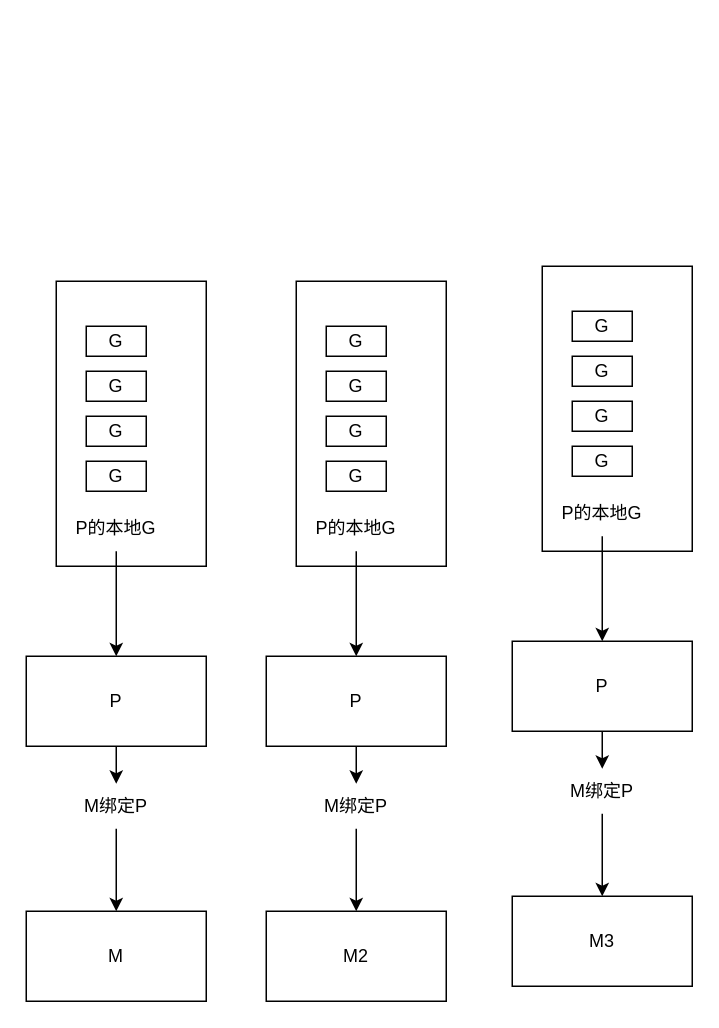
Yao-Xiao-Chun/shop-demo keeps this draw.io diagram as docs/未命名绘图.drawio. Above is the earlier version. Source tidied: cells renumbered, new cells numbered last; positions are measured from the earlier drawing's top-left corner, leaving out a move shared by most shapes. Both pictures are drawn from the tidied source at 150%, with x=0, y=0 at pixel (26, 266).
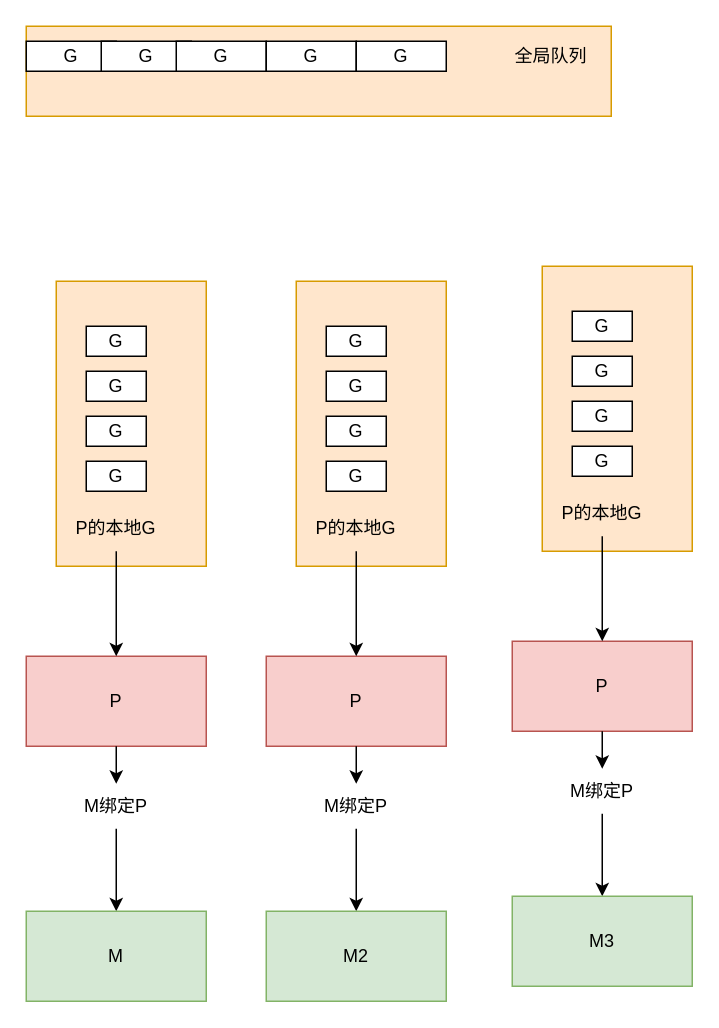
After the change.

The edit, as a diff of the source:
```diff
@@
-    <mxCell id="3" value="P" style="rounded=0;whiteSpace=wrap;html=1;" parent="1" vertex="1">
+    <mxCell id="3" value="P" style="rounded=0;whiteSpace=wrap;html=1;fillColor=#f8cecc;strokeColor=#b85450;" parent="1" vertex="1">
       <mxGeometry x="160" y="260" width="120" height="60" as="geometry" />
     </mxCell>
-    <mxCell id="4" value="M2" style="rounded=0;whiteSpace=wrap;html=1;" parent="1" vertex="1">
+    <mxCell id="4" value="M2" style="rounded=0;whiteSpace=wrap;html=1;fillColor=#d5e8d4;strokeColor=#82b366;" parent="1" vertex="1">
       <mxGeometry x="160" y="430" width="120" height="60" as="geometry" />
     </mxCell>
@@
-    <mxCell id="7" style="rounded=0;whiteSpace=wrap;html=1;direction=south;" parent="1" vertex="1">
+    <mxCell id="7" style="rounded=0;whiteSpace=wrap;html=1;direction=south;fillColor=#ffe6cc;strokeColor=#d79b00;" parent="1" vertex="1">
       <mxGeometry x="180" y="10" width="100" height="190" as="geometry" />
     </mxCell>
@@
-    <mxCell id="15" value="P" style="rounded=0;whiteSpace=wrap;html=1;" parent="1" vertex="1">
+    <mxCell id="15" value="P" style="rounded=0;whiteSpace=wrap;html=1;fillColor=#f8cecc;strokeColor=#b85450;" parent="1" vertex="1">
       <mxGeometry x="324" y="250" width="120" height="60" as="geometry" />
     </mxCell>
-    <mxCell id="16" value="M3" style="rounded=0;whiteSpace=wrap;html=1;" parent="1" vertex="1">
+    <mxCell id="16" value="M3" style="rounded=0;whiteSpace=wrap;html=1;fillColor=#d5e8d4;strokeColor=#82b366;" parent="1" vertex="1">
       <mxGeometry x="324" y="420" width="120" height="60" as="geometry" />
     </mxCell>
@@
-    <mxCell id="19" style="rounded=0;whiteSpace=wrap;html=1;direction=south;" parent="1" vertex="1">
+    <mxCell id="19" style="rounded=0;whiteSpace=wrap;html=1;direction=south;fillColor=#ffe6cc;strokeColor=#d79b00;" parent="1" vertex="1">
       <mxGeometry x="344" width="100" height="190" as="geometry" />
     </mxCell>
@@
-    <mxCell id="27" value="P" style="rounded=0;whiteSpace=wrap;html=1;" parent="1" vertex="1">
+    <mxCell id="27" value="P" style="rounded=0;whiteSpace=wrap;html=1;fillColor=#f8cecc;strokeColor=#b85450;" parent="1" vertex="1">
       <mxGeometry y="260" width="120" height="60" as="geometry" />
     </mxCell>
-    <mxCell id="28" value="M" style="rounded=0;whiteSpace=wrap;html=1;" parent="1" vertex="1">
+    <mxCell id="28" value="M" style="rounded=0;whiteSpace=wrap;html=1;fillColor=#d5e8d4;strokeColor=#82b366;" parent="1" vertex="1">
       <mxGeometry y="430" width="120" height="60" as="geometry" />
     </mxCell>
@@
-    <mxCell id="31" style="rounded=0;whiteSpace=wrap;html=1;direction=south;" parent="1" vertex="1">
+    <mxCell id="31" style="rounded=0;whiteSpace=wrap;html=1;direction=south;fillColor=#ffe6cc;strokeColor=#d79b00;" parent="1" vertex="1">
       <mxGeometry x="20" y="10" width="100" height="190" as="geometry" />
     </mxCell>
@@
+    <mxCell id="38" style="rounded=0;whiteSpace=wrap;html=1;fillColor=#ffe6cc;strokeColor=#d79b00;" parent="1" vertex="1">
+      <mxGeometry y="-160" width="390" height="60" as="geometry" />
+    </mxCell>
+    <mxCell id="39" value="G" style="rounded=0;whiteSpace=wrap;html=1;" parent="1" vertex="1">
+      <mxGeometry y="-150" width="60" height="20" as="geometry" />
+    </mxCell>
+    <mxCell id="40" value="G" style="rounded=0;whiteSpace=wrap;html=1;" parent="1" vertex="1">
+      <mxGeometry x="50" y="-150" width="60" height="20" as="geometry" />
+    </mxCell>
+    <mxCell id="41" value="G" style="rounded=0;whiteSpace=wrap;html=1;" parent="1" vertex="1">
+      <mxGeometry x="100" y="-150" width="60" height="20" as="geometry" />
+    </mxCell>
+    <mxCell id="42" value="G" style="rounded=0;whiteSpace=wrap;html=1;" parent="1" vertex="1">
+      <mxGeometry x="160" y="-150" width="60" height="20" as="geometry" />
+    </mxCell>
+    <mxCell id="43" value="G" style="rounded=0;whiteSpace=wrap;html=1;" parent="1" vertex="1">
+      <mxGeometry x="220" y="-150" width="60" height="20" as="geometry" />
+    </mxCell>
+    <mxCell id="44" value="全局队列" style="text;html=1;strokeColor=none;fillColor=none;align=center;verticalAlign=middle;whiteSpace=wrap;rounded=0;" parent="1" vertex="1">
+      <mxGeometry x="320" y="-155" width="60" height="30" as="geometry" />
+    </mxCell>
```
